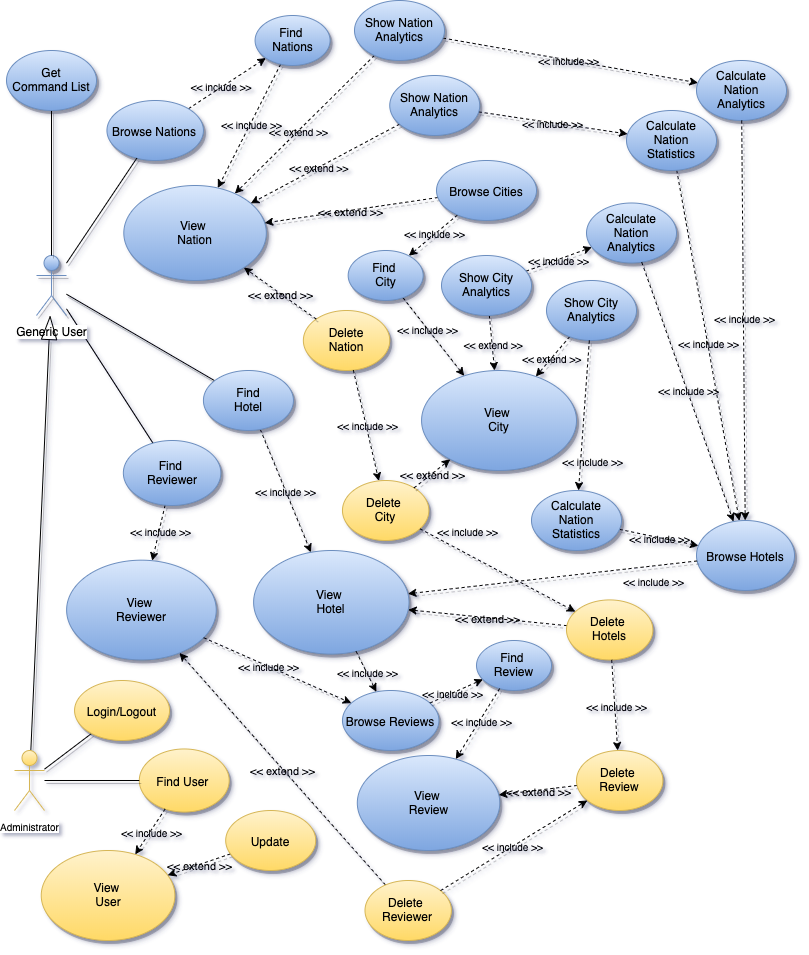
Before: img/uml_generic_user.png, a diagram exported from draw.io (MatteoDJon/Task2LSMDB). Source tidied: cells renumbered, new cells last; positions are measured from the earlier drawing's top-left corner, leaving out a move shared by most shapes.
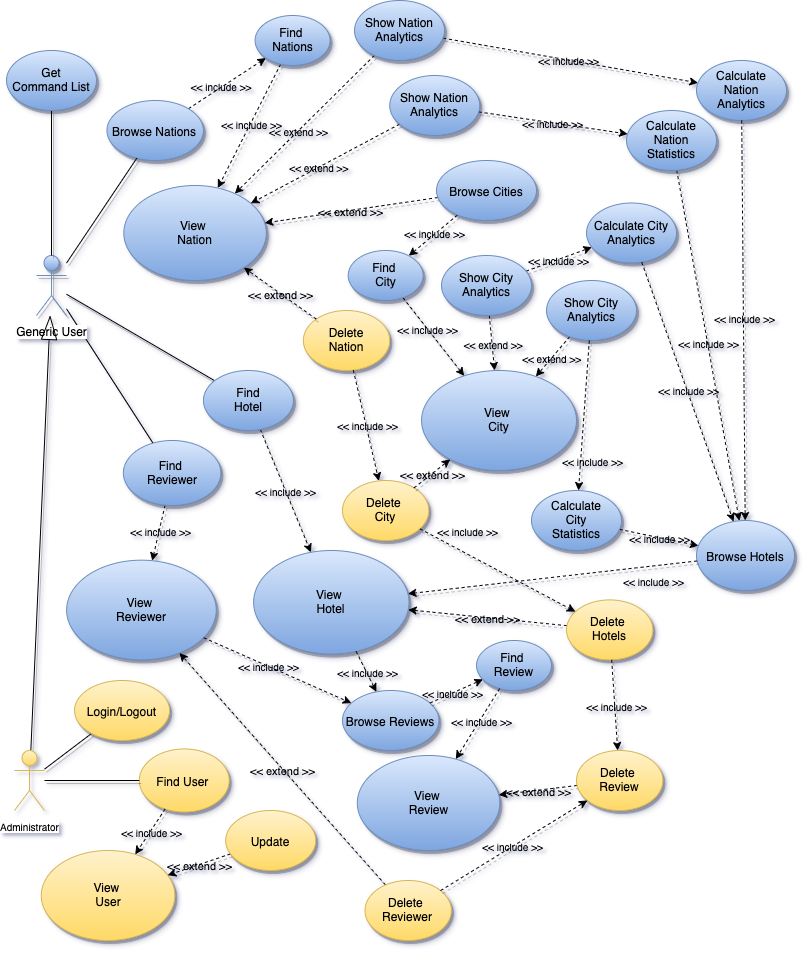
The same file after the commit.

The edit, as a diff of the source:
```diff
@@ -194,7 +194,7 @@
     <mxCell id="65" value="&lt;&lt; extend &gt;&gt;" style="text;align=center;verticalAlign=middle;labelBackgroundColor=none;fontSize=10;" parent="64" vertex="1">
       <mxGeometry x="0.1" y="1" relative="1" as="geometry" />
     </mxCell>
-    <mxCell id="66" value="Calculate Nation&lt;br&gt;Analytics" style="ellipse;whiteSpace=wrap;html=1;fillColor=#dae8fc;strokeColor=#6c8ebf;shadow=1;gradientColor=#7ea6e0;" parent="1" vertex="1">
+    <mxCell id="66" value="Calculate City&lt;br&gt;Analytics" style="ellipse;whiteSpace=wrap;html=1;fillColor=#dae8fc;strokeColor=#6c8ebf;shadow=1;gradientColor=#7ea6e0;" parent="1" vertex="1">
       <mxGeometry x="580" y="202.5" width="90" height="60" as="geometry" />
     </mxCell>
     <mxCell id="67" style="edgeStyle=none;rounded=0;jettySize=auto;html=1;dashed=1;endArrow=classic;endFill=1;shadow=1;" parent="1" edge="1" source="71" target="24">
@@ -209,7 +209,7 @@
     <mxCell id="70" value="&lt;&lt; extend &gt;&gt;" style="text;align=center;verticalAlign=middle;labelBackgroundColor=none;fontSize=10;" parent="69" vertex="1">
       <mxGeometry x="0.1" y="1" relative="1" as="geometry" />
     </mxCell>
-    <mxCell id="71" value="Calculate&lt;br&gt;Nation&lt;br&gt;Statistics" style="ellipse;whiteSpace=wrap;html=1;fillColor=#dae8fc;strokeColor=#6c8ebf;shadow=1;gradientColor=#7ea6e0;" parent="1" vertex="1">
+    <mxCell id="71" value="Calculate&lt;br&gt;City&lt;br&gt;Statistics" style="ellipse;whiteSpace=wrap;html=1;fillColor=#dae8fc;strokeColor=#6c8ebf;shadow=1;gradientColor=#7ea6e0;" parent="1" vertex="1">
       <mxGeometry x="525" y="490" width="90" height="60" as="geometry" />
     </mxCell>
     <mxCell id="72" style="edgeStyle=none;rounded=0;jettySize=auto;html=1;dashed=1;endArrow=classic;endFill=1;shadow=1;" parent="1" edge="1" source="74" target="66">
```
